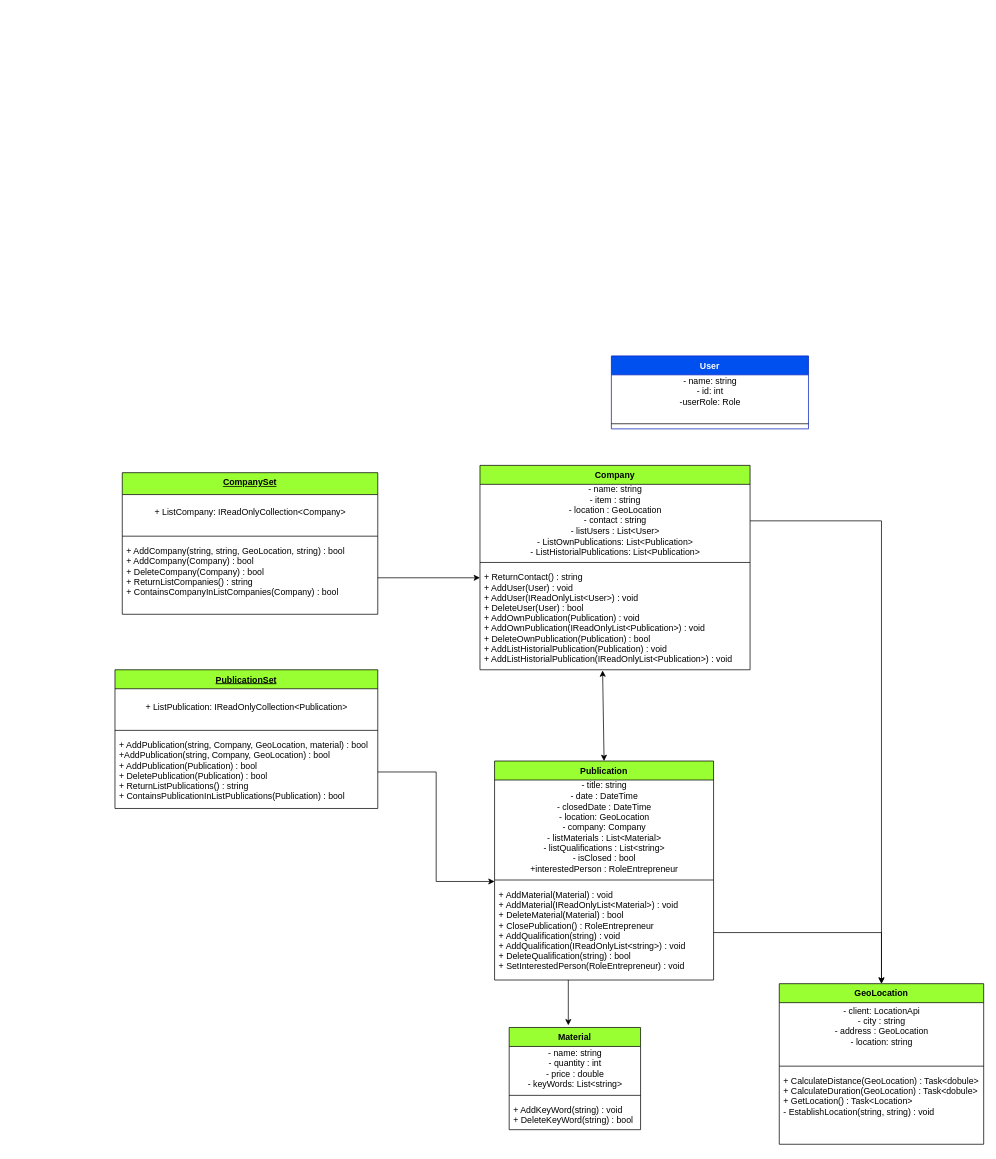
Earlier version of the draw.io diagram docs/Diagrama.drawio (tomaspasto24/ProyectoEquipo4). Source tidied: cells renumbered, new cells numbered last; positions are measured from the earlier drawing's top-left corner, leaving out a move shared by most shapes. Both pictures are drawn from the tidied source at 73%, with x=0, y=0 at pixel (115, 356).
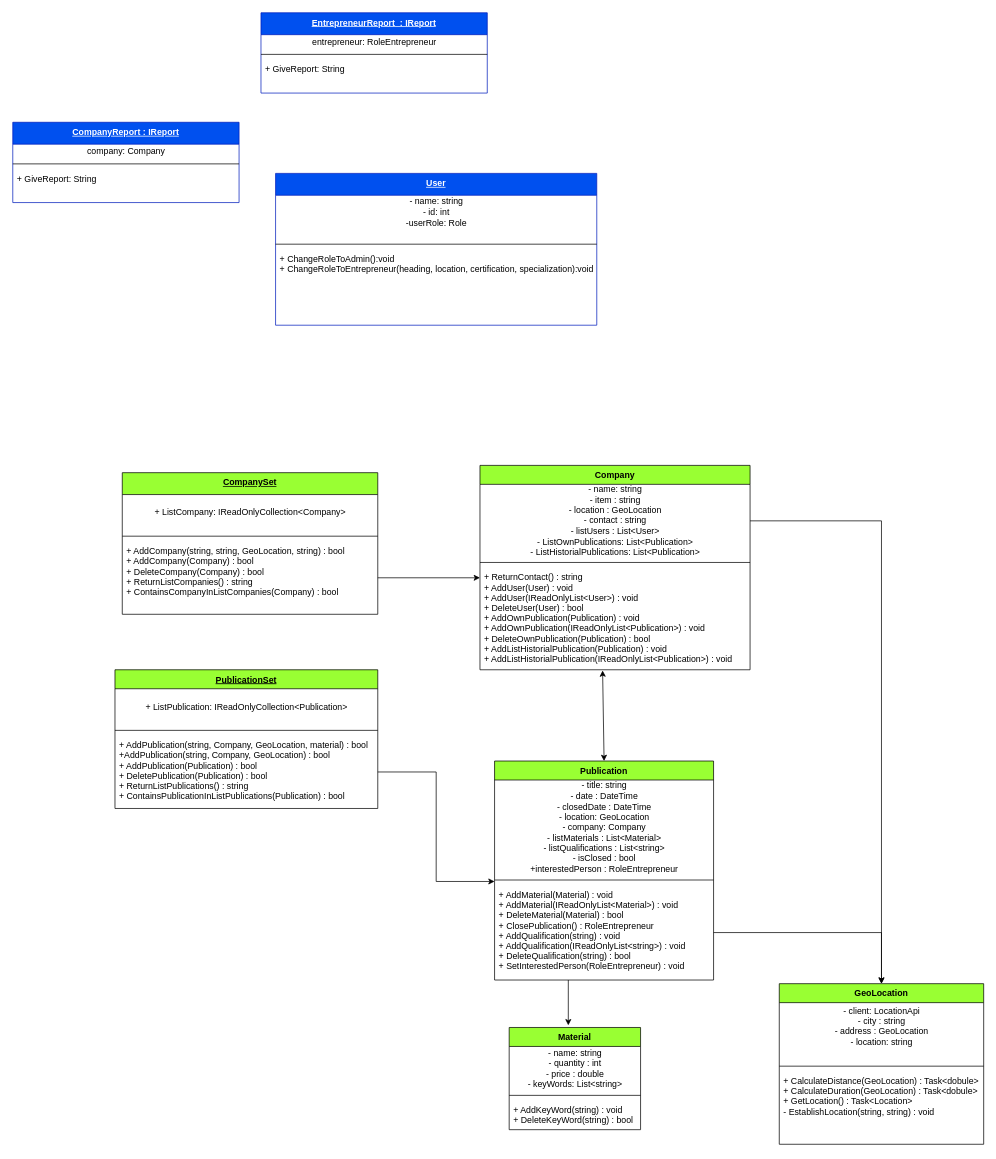
The same diagram, later.

Commit message (it also covers changes not shown here):
cambios realizados y diagrama actualizado

Change to the diagram source:
```diff
@@
-    <mxCell id="20" value="User" style="swimlane;fontStyle=1;align=center;verticalAlign=top;horizontal=1;startSize=26;fillColor=#0050ef;strokeColor=#001DBC;fontColor=#ffffff;" parent="1" vertex="1">
-      <mxGeometry x="680" width="270" height="100" as="geometry" />
-    </mxCell>
-    <mxCell id="21" value="&lt;div&gt;&lt;span&gt;- name: string&lt;/span&gt;&lt;br&gt;&lt;/div&gt;&lt;div&gt;- id: int&lt;/div&gt;&lt;div&gt;-userRole: Role&lt;/div&gt;&lt;div&gt;&lt;br&gt;&lt;/div&gt;" style="text;html=1;align=center;verticalAlign=middle;" parent="20" vertex="1">
-      <mxGeometry y="26" width="270" height="60" as="geometry" />
-    </mxCell>
-    <mxCell id="22" style="line;strokeWidth=1;fillColor=none;align=left;verticalAlign=middle;spacingTop=-1;spacingLeft=3;spacingRight=3;labelPosition=right;" parent="20" vertex="1">
-      <mxGeometry y="86" width="270" height="14" as="geometry" />
-    </mxCell>
@@
+    <mxCell id="20" value="User" style="swimlane;fontStyle=5;align=center;verticalAlign=top;horizontal=1;startSize=30;fillColor=#0050ef;whiteSpace=wrap;strokeColor=#001DBC;fontColor=#ffffff;" parent="1" vertex="1">
+      <mxGeometry x="220" y="-250" width="440" height="208" as="geometry" />
+    </mxCell>
+    <mxCell id="21" value="&lt;div&gt;&lt;div&gt;- name: string&lt;br&gt;&lt;/div&gt;&lt;div&gt;- id: int&lt;/div&gt;&lt;div&gt;-userRole: Role&lt;/div&gt;&lt;div&gt;&lt;br&gt;&lt;/div&gt;&lt;/div&gt;" style="text;html=1;align=center;verticalAlign=middle;strokeColor=none;fillColor=none;" parent="20" vertex="1">
+      <mxGeometry y="30" width="440" height="60" as="geometry" />
+    </mxCell>
+    <mxCell id="35" style="line;strokeWidth=1;fillColor=none;align=left;verticalAlign=middle;spacingTop=-1;spacingLeft=3;spacingRight=3;labelPosition=right;" parent="20" vertex="1">
+      <mxGeometry y="90" width="440" height="14" as="geometry" />
+    </mxCell>
+    <mxCell id="36" value="+ ChangeRoleToAdmin():void &#10;+ ChangeRoleToEntrepreneur(heading, location, certification, specialization):void &#10;&#10;" style="text;strokeColor=none;fillColor=none;align=left;verticalAlign=top;spacingLeft=4;spacingRight=4;overflow=hidden;" parent="20" vertex="1">
+      <mxGeometry y="104" width="440" height="104" as="geometry" />
+    </mxCell>
+    <mxCell id="37" value="EntrepreneurReport  : IReport" style="swimlane;fontStyle=5;align=center;verticalAlign=top;horizontal=1;startSize=30;fillColor=#0050ef;whiteSpace=wrap;strokeColor=#001DBC;fontColor=#ffffff;" parent="1" vertex="1">
+      <mxGeometry x="200" y="-470" width="310" height="110" as="geometry" />
+    </mxCell>
+    <mxCell id="38" value="entrepreneur: RoleEntrepreneur" style="text;html=1;align=center;verticalAlign=middle;strokeColor=none;fillColor=none;" parent="37" vertex="1">
+      <mxGeometry y="30" width="310" height="20" as="geometry" />
+    </mxCell>
+    <mxCell id="39" style="line;strokeWidth=1;fillColor=none;align=left;verticalAlign=middle;spacingTop=-1;spacingLeft=3;spacingRight=3;labelPosition=right;" parent="37" vertex="1">
+      <mxGeometry y="50" width="310" height="14" as="geometry" />
+    </mxCell>
+    <mxCell id="40" value="+ GiveReport: String" style="text;strokeColor=none;fillColor=none;align=left;verticalAlign=top;spacingLeft=4;spacingRight=4;overflow=hidden;" parent="37" vertex="1">
+      <mxGeometry y="64" width="310" height="46" as="geometry" />
+    </mxCell>
+    <mxCell id="41" value="CompanyReport : IReport" style="swimlane;fontStyle=5;align=center;verticalAlign=top;horizontal=1;startSize=30;fillColor=#0050ef;whiteSpace=wrap;strokeColor=#001DBC;fontColor=#ffffff;" parent="1" vertex="1">
+      <mxGeometry x="-140" y="-320" width="310" height="110" as="geometry" />
+    </mxCell>
+    <mxCell id="42" value="company: Company" style="text;html=1;align=center;verticalAlign=middle;strokeColor=none;fillColor=none;" parent="41" vertex="1">
+      <mxGeometry y="30" width="310" height="20" as="geometry" />
+    </mxCell>
+    <mxCell id="43" style="line;strokeWidth=1;fillColor=none;align=left;verticalAlign=middle;spacingTop=-1;spacingLeft=3;spacingRight=3;labelPosition=right;" parent="41" vertex="1">
+      <mxGeometry y="50" width="310" height="14" as="geometry" />
+    </mxCell>
+    <mxCell id="44" value="+ GiveReport: String" style="text;strokeColor=none;fillColor=none;align=left;verticalAlign=top;spacingLeft=4;spacingRight=4;overflow=hidden;" parent="41" vertex="1">
+      <mxGeometry y="64" width="310" height="46" as="geometry" />
+    </mxCell>
```
